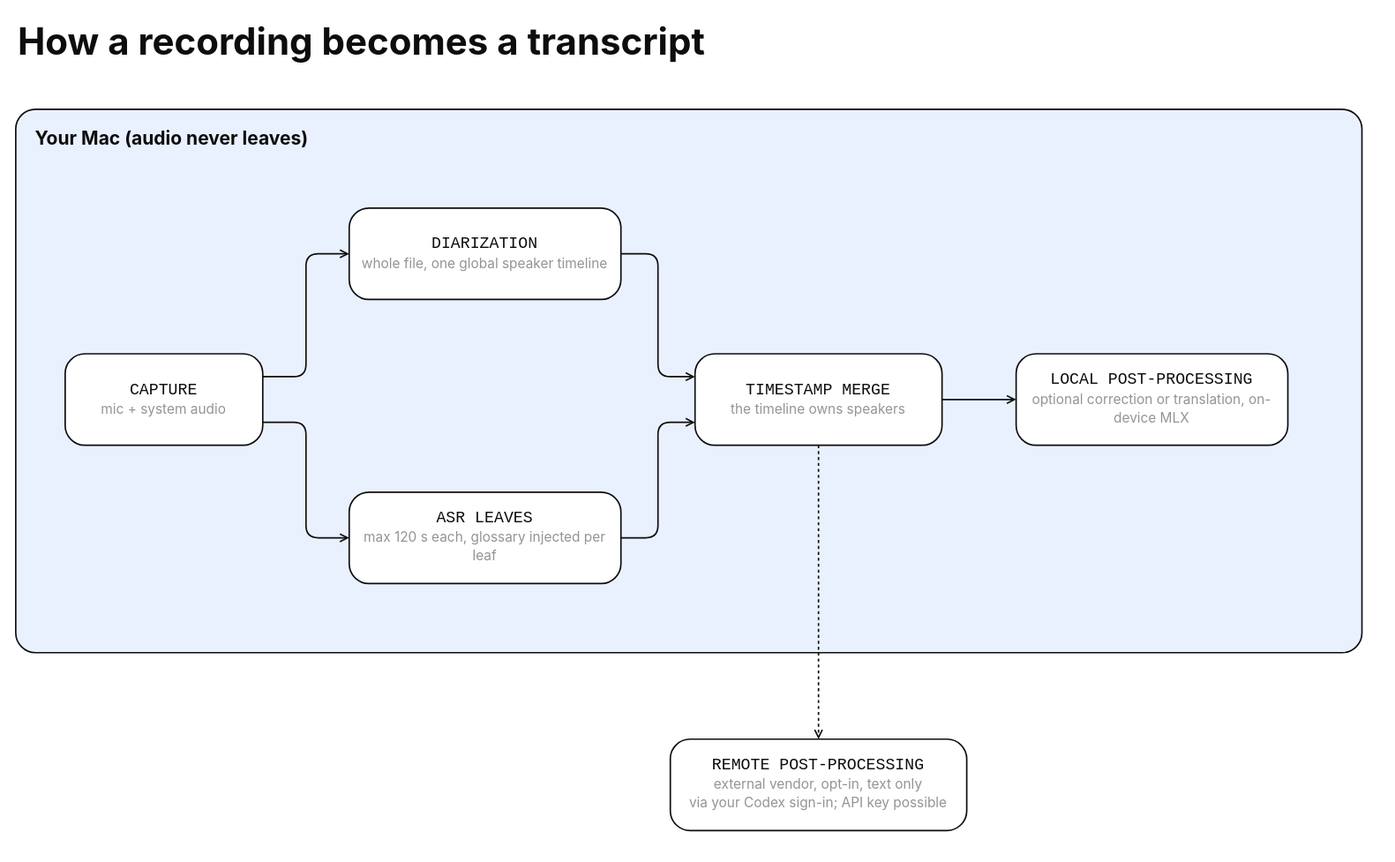
Above: docs/assets/pipeline-dark.drawio.svg in fonzieartesian310/maccheroni (draw.io), before the change. Source tidied: cells renumbered, new cells last; positions are measured from the earlier drawing's top-left corner, leaving out a move shared by most shapes. Its diagram source:
```xml
<mxGraphModel>
  <root>
    <mxCell id="0" />
    <mxCell id="1" parent="0" />
    <mxCell id="2" value="How a recording becomes a transcript" style="text;html=1;strokeColor=none;fillColor=none;align=left;verticalAlign=middle;fontFamily=Inter, Helvetica Neue, Helvetica, sans-serif;fontSize=30;fontStyle=1;fontColor=#0D0D0D;" parent="1" vertex="1">
      <mxGeometry width="820" height="40" as="geometry" />
    </mxCell>
    <mxCell id="3" value="Your Mac (audio never leaves)" style="rounded=1;absoluteArcSize=1;arcSize=32;whiteSpace=wrap;html=1;fillColor=#EAF1FE;strokeColor=#0D0D0D;strokeWidth=1.2;fontColor=#0D0D0D;fontFamily=Inter, Helvetica Neue, Helvetica, sans-serif;fontSize=15;fontStyle=1;verticalAlign=top;align=left;spacingLeft=14;spacingTop=8;shadow=0;" parent="1" vertex="1">
      <mxGeometry y="76" width="1090" height="440" as="geometry" />
    </mxCell>
    <mxCell id="4" value="CAPTURE&lt;br&gt;&lt;font face=&quot;Inter, Helvetica Neue, Helvetica, sans-serif&quot; style=&quot;font-size:11px&quot; color=&quot;#929591&quot;&gt;mic + system audio&lt;/font&gt;" style="rounded=1;absoluteArcSize=1;arcSize=32;whiteSpace=wrap;html=1;fillColor=#FFFFFF;strokeColor=#0D0D0D;strokeWidth=1.2;fontColor=#0D0D0D;fontFamily=IBM Plex Mono, Menlo, monospace;fontSize=13;align=center;spacing=8;shadow=0;" parent="1" vertex="1">
      <mxGeometry x="40" y="274" width="160" height="74" as="geometry" />
    </mxCell>
    <mxCell id="5" value="DIARIZATION&lt;br&gt;&lt;font face=&quot;Inter, Helvetica Neue, Helvetica, sans-serif&quot; style=&quot;font-size:11px&quot; color=&quot;#929591&quot;&gt;whole file, one global speaker timeline&lt;/font&gt;" style="rounded=1;absoluteArcSize=1;arcSize=32;whiteSpace=wrap;html=1;fillColor=#FFFFFF;strokeColor=#0D0D0D;strokeWidth=1.2;fontColor=#0D0D0D;fontFamily=IBM Plex Mono, Menlo, monospace;fontSize=13;align=center;spacing=8;shadow=0;" parent="1" vertex="1">
      <mxGeometry x="270" y="156" width="220" height="74" as="geometry" />
    </mxCell>
    <mxCell id="6" value="ASR LEAVES&lt;br&gt;&lt;font face=&quot;Inter, Helvetica Neue, Helvetica, sans-serif&quot; style=&quot;font-size:11px&quot; color=&quot;#929591&quot;&gt;max 120 s each, glossary injected per leaf&lt;/font&gt;" style="rounded=1;absoluteArcSize=1;arcSize=32;whiteSpace=wrap;html=1;fillColor=#FFFFFF;strokeColor=#0D0D0D;strokeWidth=1.2;fontColor=#0D0D0D;fontFamily=IBM Plex Mono, Menlo, monospace;fontSize=13;align=center;spacing=8;shadow=0;" parent="1" vertex="1">
      <mxGeometry x="270" y="386" width="220" height="74" as="geometry" />
    </mxCell>
    <mxCell id="7" value="TIMESTAMP MERGE&lt;br&gt;&lt;font face=&quot;Inter, Helvetica Neue, Helvetica, sans-serif&quot; style=&quot;font-size:11px&quot; color=&quot;#929591&quot;&gt;the timeline owns speakers&lt;/font&gt;" style="rounded=1;absoluteArcSize=1;arcSize=32;whiteSpace=wrap;html=1;fillColor=#FFFFFF;strokeColor=#0D0D0D;strokeWidth=1.2;fontColor=#0D0D0D;fontFamily=IBM Plex Mono, Menlo, monospace;fontSize=13;align=center;spacing=8;shadow=0;" parent="1" vertex="1">
      <mxGeometry x="550" y="274" width="200" height="74" as="geometry" />
    </mxCell>
    <mxCell id="8" value="LOCAL POST-PROCESSING&lt;br&gt;&lt;font face=&quot;Inter, Helvetica Neue, Helvetica, sans-serif&quot; style=&quot;font-size:11px&quot; color=&quot;#929591&quot;&gt;optional correction or translation, on-device MLX&lt;/font&gt;" style="rounded=1;absoluteArcSize=1;arcSize=32;whiteSpace=wrap;html=1;fillColor=#FFFFFF;strokeColor=#0D0D0D;strokeWidth=1.2;fontColor=#0D0D0D;fontFamily=IBM Plex Mono, Menlo, monospace;fontSize=13;align=center;spacing=8;shadow=0;" parent="1" vertex="1">
      <mxGeometry x="810" y="274" width="220" height="74" as="geometry" />
    </mxCell>
    <mxCell id="9" value="REMOTE POST-PROCESSING&lt;br&gt;&lt;font face=&quot;Inter, Helvetica Neue, Helvetica, sans-serif&quot; style=&quot;font-size:11px&quot; color=&quot;#929591&quot;&gt;external vendor, opt-in, text only&lt;br&gt;via your Codex sign-in; API key possible&lt;/font&gt;" style="rounded=1;absoluteArcSize=1;arcSize=32;whiteSpace=wrap;html=1;fillColor=#FFFFFF;strokeColor=#0D0D0D;strokeWidth=1.2;fontColor=#0D0D0D;fontFamily=IBM Plex Mono, Menlo, monospace;fontSize=13;align=center;spacing=8;shadow=0;" parent="1" vertex="1">
      <mxGeometry x="530" y="586" width="240" height="74" as="geometry" />
    </mxCell>
    <mxCell id="10" style="edgeStyle=orthogonalEdgeStyle;rounded=1;html=1;strokeColor=#0D0D0D;strokeWidth=1.2;endArrow=open;endFill=0;endSize=5;startArrow=none;exitX=1;exitY=0.25;entryX=0;entryY=0.5;" parent="1" edge="1" source="4" target="5">
      <mxGeometry relative="1" as="geometry" />
    </mxCell>
    <mxCell id="11" style="edgeStyle=orthogonalEdgeStyle;rounded=1;html=1;strokeColor=#0D0D0D;strokeWidth=1.2;endArrow=open;endFill=0;endSize=5;startArrow=none;exitX=1;exitY=0.75;entryX=0;entryY=0.5;" parent="1" edge="1" source="4" target="6">
      <mxGeometry relative="1" as="geometry" />
    </mxCell>
    <mxCell id="12" style="edgeStyle=orthogonalEdgeStyle;rounded=1;html=1;strokeColor=#0D0D0D;strokeWidth=1.2;endArrow=open;endFill=0;endSize=5;startArrow=none;exitX=1;exitY=0.5;entryX=0;entryY=0.25;" parent="1" edge="1" source="5" target="7">
      <mxGeometry relative="1" as="geometry" />
    </mxCell>
    <mxCell id="13" style="edgeStyle=orthogonalEdgeStyle;rounded=1;html=1;strokeColor=#0D0D0D;strokeWidth=1.2;endArrow=open;endFill=0;endSize=5;startArrow=none;exitX=1;exitY=0.5;entryX=0;entryY=0.75;" parent="1" edge="1" source="6" target="7">
      <mxGeometry relative="1" as="geometry" />
    </mxCell>
    <mxCell id="14" style="edgeStyle=orthogonalEdgeStyle;rounded=1;html=1;strokeColor=#0D0D0D;strokeWidth=1.2;endArrow=open;endFill=0;endSize=5;startArrow=none;exitX=1;exitY=0.5;entryX=0;entryY=0.5;" parent="1" edge="1" source="7" target="8">
      <mxGeometry relative="1" as="geometry" />
    </mxCell>
    <mxCell id="15" style="edgeStyle=orthogonalEdgeStyle;rounded=1;html=1;strokeColor=#0D0D0D;strokeWidth=1.2;endArrow=open;endFill=0;endSize=5;startArrow=none;dashed=1;dashPattern=2 2;exitX=0.5;exitY=1;entryX=0.5;entryY=0;" parent="1" edge="1" source="7" target="9">
      <mxGeometry relative="1" as="geometry" />
    </mxCell>
  </root>
</mxGraphModel>
```
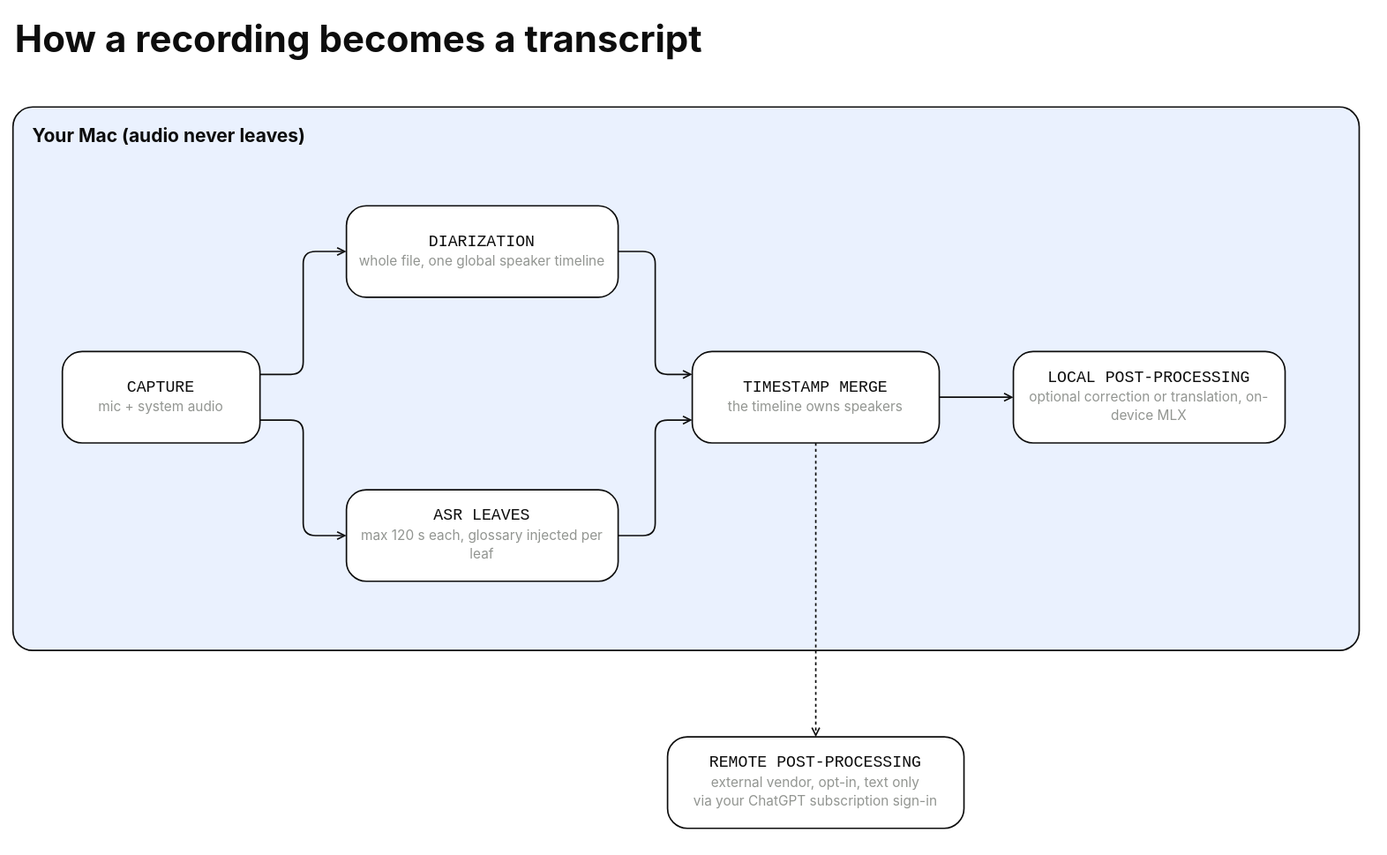
Above is the later version.

Diff of the diagram source:
```diff
@@ -23,7 +23,7 @@
     <mxCell id="8" value="LOCAL POST-PROCESSING&lt;br&gt;&lt;font face=&quot;Inter, Helvetica Neue, Helvetica, sans-serif&quot; style=&quot;font-size:11px&quot; color=&quot;#929591&quot;&gt;optional correction or translation, on-device MLX&lt;/font&gt;" style="rounded=1;absoluteArcSize=1;arcSize=32;whiteSpace=wrap;html=1;fillColor=#FFFFFF;strokeColor=#0D0D0D;strokeWidth=1.2;fontColor=#0D0D0D;fontFamily=IBM Plex Mono, Menlo, monospace;fontSize=13;align=center;spacing=8;shadow=0;" parent="1" vertex="1">
       <mxGeometry x="810" y="274" width="220" height="74" as="geometry" />
     </mxCell>
-    <mxCell id="9" value="REMOTE POST-PROCESSING&lt;br&gt;&lt;font face=&quot;Inter, Helvetica Neue, Helvetica, sans-serif&quot; style=&quot;font-size:11px&quot; color=&quot;#929591&quot;&gt;external vendor, opt-in, text only&lt;br&gt;via your Codex sign-in; API key possible&lt;/font&gt;" style="rounded=1;absoluteArcSize=1;arcSize=32;whiteSpace=wrap;html=1;fillColor=#FFFFFF;strokeColor=#0D0D0D;strokeWidth=1.2;fontColor=#0D0D0D;fontFamily=IBM Plex Mono, Menlo, monospace;fontSize=13;align=center;spacing=8;shadow=0;" parent="1" vertex="1">
+    <mxCell id="9" value="REMOTE POST-PROCESSING&lt;br&gt;&lt;font face=&quot;Inter, Helvetica Neue, Helvetica, sans-serif&quot; style=&quot;font-size:11px&quot; color=&quot;#929591&quot;&gt;external vendor, opt-in, text only&lt;br&gt;via your ChatGPT subscription sign-in&lt;/font&gt;" style="rounded=1;absoluteArcSize=1;arcSize=32;whiteSpace=wrap;html=1;fillColor=#FFFFFF;strokeColor=#0D0D0D;strokeWidth=1.2;fontColor=#0D0D0D;fontFamily=IBM Plex Mono, Menlo, monospace;fontSize=13;align=center;spacing=8;shadow=0;" parent="1" vertex="1">
       <mxGeometry x="530" y="586" width="240" height="74" as="geometry" />
     </mxCell>
     <mxCell id="10" style="edgeStyle=orthogonalEdgeStyle;rounded=1;html=1;strokeColor=#0D0D0D;strokeWidth=1.2;endArrow=open;endFill=0;endSize=5;startArrow=none;exitX=1;exitY=0.25;entryX=0;entryY=0.5;" parent="1" edge="1" source="4" target="5">
```
